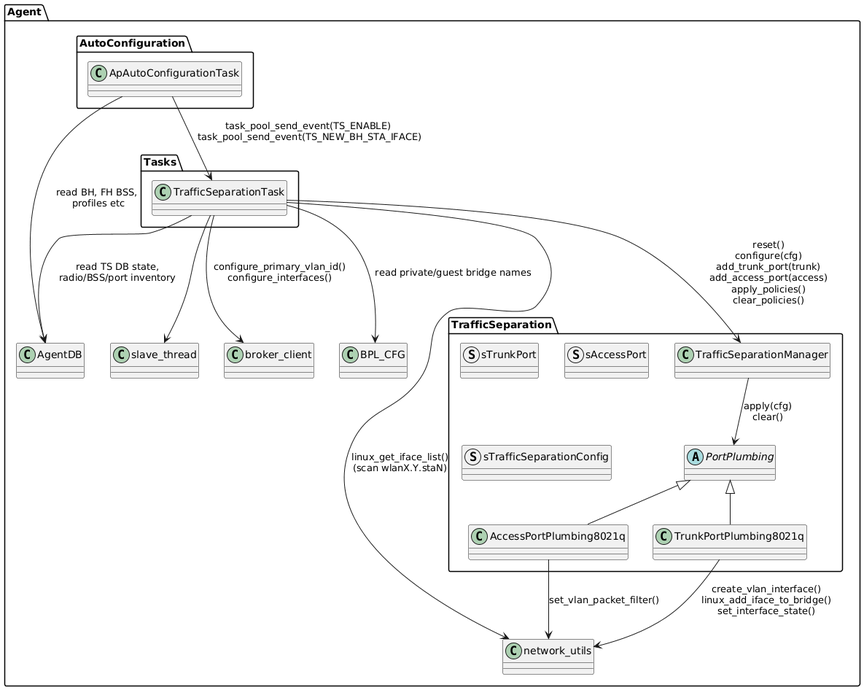
Earlier version of the PlantUML export documentation/images/plantuml/agent/traffic_separation/ts_ComponentD.png (CodeLinaro-mirror/qsdk_oss_prpl-foundation_prplmesh_prplMesh). Its diagram source:
```plantuml
@startuml
package "Agent" {

  package "AutoConfiguration" {
    class ApAutoConfigurationTask
  }

  package "Tasks" {
    class TrafficSeparationTask
  }

  package "TrafficSeparation" {
    class TrafficSeparationManager
    abstract class PortPlumbing
    class TrunkPortPlumbing8021q
    class AccessPortPlumbing8021q
    struct sTrunkPort
    struct sAccessPort
    struct sTrafficSeparationConfig
  }

  class AgentDB
  class slave_thread
  class broker_client
  class BPL_CFG
  class network_utils
}

ApAutoConfigurationTask --> AgentDB : read BH, FH BSS, \nprofiles etc
ApAutoConfigurationTask --> TrafficSeparationTask : task_pool_send_event(TS_ENABLE)\n task_pool_send_event(TS_NEW_BH_STA_IFACE)

TrafficSeparationTask --> AgentDB : read TS DB state,\nradio/BSS/port inventory
TrafficSeparationTask --> BPL_CFG : read private/guest bridge names
TrafficSeparationTask --> broker_client : configure_primary_vlan_id()\nconfigure_interfaces()
TrafficSeparationTask --> TrafficSeparationManager : reset()\nconfigure(cfg)\nadd_trunk_port(trunk)\nadd_access_port(access)\napply_policies()\nclear_policies()
TrafficSeparationTask --> network_utils : linux_get_iface_list()\n(scan wlanX.Y.staN)
TrafficSeparationTask --> slave_thread

TrafficSeparationManager --> PortPlumbing : apply(cfg)\nclear()
PortPlumbing <|-- TrunkPortPlumbing8021q
PortPlumbing <|-- AccessPortPlumbing8021q

TrunkPortPlumbing8021q --> network_utils : create_vlan_interface()\nlinux_add_iface_to_bridge()\nset_interface_state()
AccessPortPlumbing8021q --> network_utils : set_vlan_packet_filter()
@enduml
```
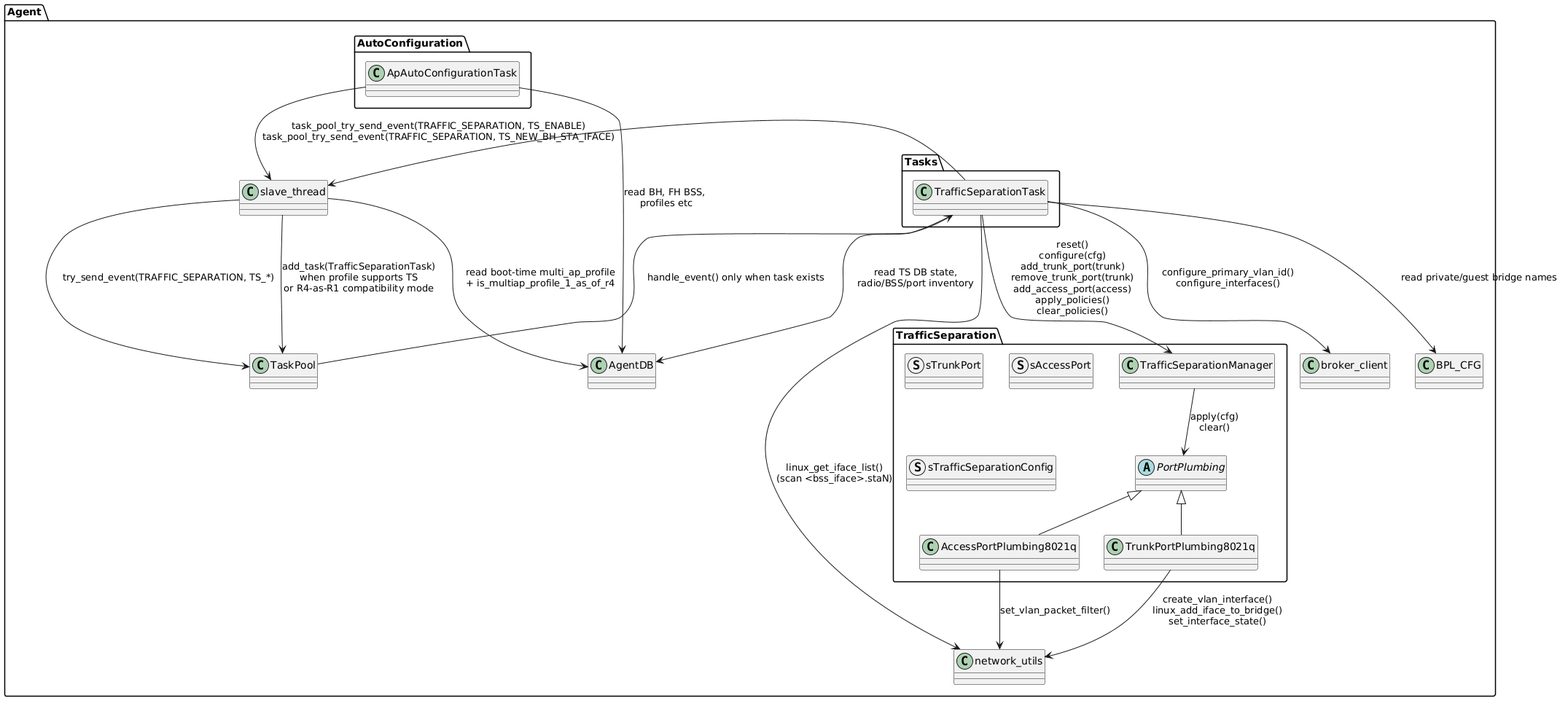
The same file after the commit.

Commit message:
docs: update TS traffic separation diagrams

What changed in the source:
```diff
@@ -21,19 +21,24 @@
 
   class AgentDB
   class slave_thread
+  class TaskPool
   class broker_client
   class BPL_CFG
   class network_utils
 }
 
 ApAutoConfigurationTask --> AgentDB : read BH, FH BSS, \nprofiles etc
-ApAutoConfigurationTask --> TrafficSeparationTask : task_pool_send_event(TS_ENABLE)\n task_pool_send_event(TS_NEW_BH_STA_IFACE)
+ApAutoConfigurationTask --> slave_thread : task_pool_try_send_event(TRAFFIC_SEPARATION, TS_ENABLE)\ntask_pool_try_send_event(TRAFFIC_SEPARATION, TS_NEW_BH_STA_IFACE)
+slave_thread --> AgentDB : read boot-time multi_ap_profile\n+ is_multiap_profile_1_as_of_r4
+slave_thread --> TaskPool : add_task(TrafficSeparationTask)\nwhen profile supports TS\nor R4-as-R1 compatibility mode
+slave_thread --> TaskPool : try_send_event(TRAFFIC_SEPARATION, TS_*)
+TaskPool --> TrafficSeparationTask : handle_event() only when task exists
 
 TrafficSeparationTask --> AgentDB : read TS DB state,\nradio/BSS/port inventory
 TrafficSeparationTask --> BPL_CFG : read private/guest bridge names
 TrafficSeparationTask --> broker_client : configure_primary_vlan_id()\nconfigure_interfaces()
-TrafficSeparationTask --> TrafficSeparationManager : reset()\nconfigure(cfg)\nadd_trunk_port(trunk)\nadd_access_port(access)\napply_policies()\nclear_policies()
-TrafficSeparationTask --> network_utils : linux_get_iface_list()\n(scan wlanX.Y.staN)
+TrafficSeparationTask --> TrafficSeparationManager : reset()\nconfigure(cfg)\nadd_trunk_port(trunk)\nremove_trunk_port(trunk)\nadd_access_port(access)\napply_policies()\nclear_policies()
+TrafficSeparationTask --> network_utils : linux_get_iface_list()\n(scan <bss_iface>.staN)
 TrafficSeparationTask --> slave_thread
 
 TrafficSeparationManager --> PortPlumbing : apply(cfg)\nclear()
```
